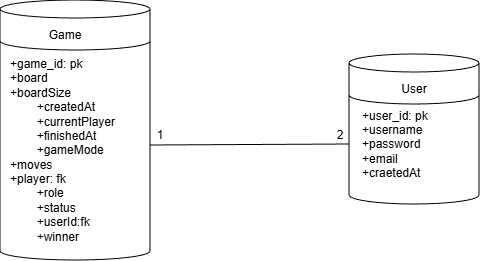
Earlier version of the draw.io export images/08_Diagrama_database.drawio.png (Arquisoft/yovi_es4d). Source tidied: cells renumbered, new cells last; positions are measured from the earlier drawing's top-left corner, leaving out a move shared by most shapes. Its diagram source:
```xml
<mxGraphModel>
  <root>
    <mxCell id="0" />
    <mxCell id="1" parent="0" />
    <mxCell id="2" style="shape=cylinder3;whiteSpace=wrap;html=1;boundedLbl=1;backgroundOutline=1;size=9;" parent="1" vertex="1">
      <mxGeometry x="349" y="84" width="130" height="120" as="geometry" />
    </mxCell>
    <mxCell id="3" style="shape=cylinder3;html=1;boundedLbl=1;backgroundOutline=1;size=9;" parent="1" vertex="1">
      <mxGeometry x="349" y="54" width="130" height="50" as="geometry" />
    </mxCell>
    <mxCell id="4" style="shape=cylinder3;whiteSpace=wrap;html=1;boundedLbl=1;backgroundOutline=1;size=9;" parent="1" vertex="1">
      <mxGeometry y="30" width="150" height="230" as="geometry" />
    </mxCell>
    <mxCell id="5" style="shape=cylinder3;html=1;boundedLbl=1;backgroundOutline=1;size=9;" parent="1" vertex="1">
      <mxGeometry width="150" height="50" as="geometry" />
    </mxCell>
    <mxCell id="6" value="Game" style="text;html=1;whiteSpace=wrap;strokeColor=none;fillColor=none;align=center;verticalAlign=middle;rounded=0;" parent="1" vertex="1">
      <mxGeometry x="35" y="20" width="60" height="30" as="geometry" />
    </mxCell>
    <mxCell id="7" value="User" style="text;html=1;whiteSpace=wrap;strokeColor=none;fillColor=none;align=center;verticalAlign=middle;rounded=0;" parent="1" vertex="1">
      <mxGeometry x="384" y="74" width="60" height="30" as="geometry" />
    </mxCell>
    <mxCell id="8" value="+user_id: pk&lt;div&gt;+username&lt;/div&gt;&lt;div&gt;+password&lt;/div&gt;&lt;div&gt;+email&lt;/div&gt;&lt;div&gt;+craetedAt&lt;/div&gt;" style="text;html=1;whiteSpace=wrap;strokeColor=none;fillColor=none;align=left;verticalAlign=middle;rounded=0;" parent="1" vertex="1">
      <mxGeometry x="360" y="104" width="100" height="80" as="geometry" />
    </mxCell>
    <mxCell id="9" value="+game_id: pk&lt;div&gt;+board&lt;/div&gt;&lt;div&gt;+boardSize&lt;/div&gt;&lt;div&gt;&lt;span style=&quot;white-space: pre;&quot;&gt;&#9;&lt;/span&gt;+createdAt&lt;/div&gt;&lt;div&gt;&lt;span style=&quot;white-space: pre;&quot;&gt;&#9;&lt;/span&gt;+currentPlayer&lt;/div&gt;&lt;div&gt;&lt;span style=&quot;white-space: pre;&quot;&gt;&#9;&lt;/span&gt;+finishedAt&lt;br&gt;&lt;/div&gt;&lt;div&gt;&lt;span style=&quot;white-space: pre;&quot;&gt;&#9;&lt;/span&gt;+gameMode&lt;/div&gt;&lt;div&gt;&lt;div&gt;+moves&lt;/div&gt;&lt;div&gt;+player: fk&lt;/div&gt;&lt;/div&gt;&lt;div&gt;&lt;span style=&quot;white-space: pre;&quot;&gt;&#9;&lt;/span&gt;+role&lt;br&gt;&lt;/div&gt;&lt;div&gt;&lt;span style=&quot;white-space: pre;&quot;&gt;&#9;&lt;/span&gt;+status&lt;br&gt;&lt;/div&gt;&lt;div&gt;&lt;span style=&quot;white-space: pre;&quot;&gt;&#9;&lt;/span&gt;+userId:fk&lt;br&gt;&lt;/div&gt;&lt;div&gt;&lt;span style=&quot;white-space: pre;&quot;&gt;&#9;&lt;/span&gt;+winner&lt;br&gt;&lt;/div&gt;" style="text;html=1;whiteSpace=wrap;strokeColor=none;fillColor=none;align=left;verticalAlign=middle;rounded=0;" parent="1" vertex="1">
      <mxGeometry x="7.5" y="60" width="122.5" height="180" as="geometry" />
    </mxCell>
    <mxCell id="10" style="endArrow=none;html=1;rounded=0;exitX=1;exitY=0.5;exitDx=0;exitDy=0;exitPerimeter=0;entryX=0;entryY=0.5;entryDx=0;entryDy=0;entryPerimeter=0;" parent="1" edge="1" source="4" target="2">
      <mxGeometry relative="1" as="geometry" />
    </mxCell>
    <mxCell id="11" value="1" style="text;html=1;whiteSpace=wrap;strokeColor=none;fillColor=none;align=center;verticalAlign=middle;rounded=0;" parent="1" vertex="1">
      <mxGeometry x="130" y="120" width="60" height="30" as="geometry" />
    </mxCell>
    <mxCell id="12" value="2" style="text;html=1;whiteSpace=wrap;strokeColor=none;fillColor=none;align=center;verticalAlign=middle;rounded=0;" parent="1" vertex="1">
      <mxGeometry x="310" y="120" width="60" height="30" as="geometry" />
    </mxCell>
  </root>
</mxGraphModel>
```
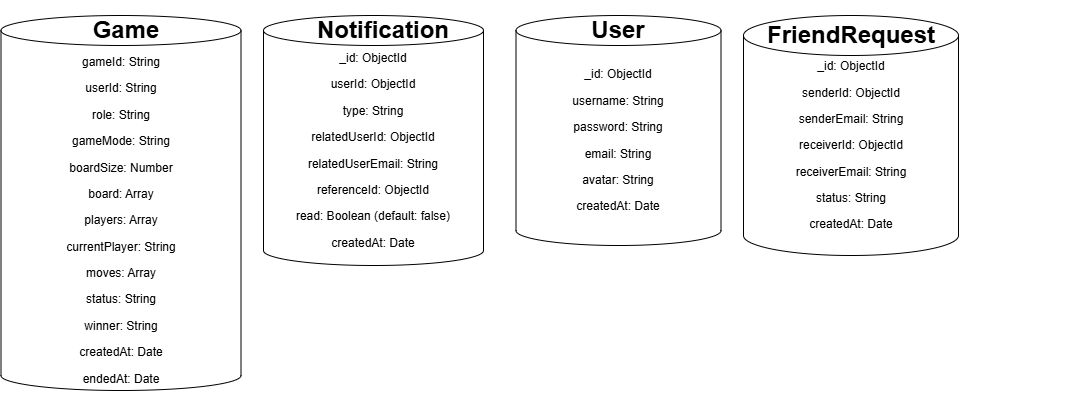
After the change.

Diff of the diagram source:
```diff
@@ -2,38 +2,41 @@
   <root>
     <mxCell id="0" />
     <mxCell id="1" parent="0" />
-    <mxCell id="2" style="shape=cylinder3;whiteSpace=wrap;html=1;boundedLbl=1;backgroundOutline=1;size=9;" parent="1" vertex="1">
-      <mxGeometry x="349" y="84" width="130" height="120" as="geometry" />
-    </mxCell>
-    <mxCell id="3" style="shape=cylinder3;html=1;boundedLbl=1;backgroundOutline=1;size=9;" parent="1" vertex="1">
-      <mxGeometry x="349" y="54" width="130" height="50" as="geometry" />
-    </mxCell>
-    <mxCell id="4" style="shape=cylinder3;whiteSpace=wrap;html=1;boundedLbl=1;backgroundOutline=1;size=9;" parent="1" vertex="1">
-      <mxGeometry y="30" width="150" height="230" as="geometry" />
-    </mxCell>
-    <mxCell id="5" style="shape=cylinder3;html=1;boundedLbl=1;backgroundOutline=1;size=9;" parent="1" vertex="1">
-      <mxGeometry width="150" height="50" as="geometry" />
-    </mxCell>
+    <mxCell id="13" style="shape=cylinder3;whiteSpace=wrap;html=1;boundedLbl=1;backgroundOutline=1;size=15;" parent="1" vertex="1">
+      <mxGeometry x="467.5" y="490" width="205" height="230" as="geometry" />
+    </mxCell>
+    <mxCell id="14" value="&lt;p&gt;_id: ObjectId &lt;/p&gt;&lt;p&gt;username: String &lt;/p&gt;&lt;p&gt;password: String&lt;/p&gt;&lt;p&gt;email: String &lt;/p&gt;&lt;p&gt;avatar: String &lt;/p&gt;&lt;p&gt;createdAt: Date&lt;/p&gt;" style="text;html=1;whiteSpace=wrap;strokeColor=none;fillColor=none;align=center;verticalAlign=middle;rounded=0;" parent="1" vertex="1">
+      <mxGeometry x="460" y="565" width="220" height="100" as="geometry" />
+    </mxCell>
+    <mxCell id="7" value="&lt;h1&gt;User&lt;/h1&gt;" style="text;html=1;whiteSpace=wrap;strokeColor=none;fillColor=none;align=center;verticalAlign=middle;rounded=0;" parent="1" vertex="1">
+      <mxGeometry x="540" y="490" width="60" height="30" as="geometry" />
+    </mxCell>
+    <mxCell id="15" style="shape=cylinder3;whiteSpace=wrap;html=1;boundedLbl=1;backgroundOutline=1;size=15;" parent="1" vertex="1">
+      <mxGeometry x="215" y="490" width="220" height="250" as="geometry" />
+    </mxCell>
+    <mxCell id="16" value="&lt;p&gt;_id: ObjectId&lt;/p&gt;&lt;p&gt;userId: ObjectId &lt;/p&gt;&lt;p&gt;type: String &lt;/p&gt;&lt;p&gt;relatedUserId: ObjectId &lt;/p&gt;&lt;p&gt;relatedUserEmail: String&lt;/p&gt;&lt;p&gt;referenceId: ObjectId &lt;/p&gt;&lt;p&gt;read: Boolean (default: false)&lt;/p&gt;&lt;p&gt;createdAt: Date&lt;/p&gt;" style="text;html=1;whiteSpace=wrap;strokeColor=none;fillColor=none;align=center;verticalAlign=middle;rounded=0;" parent="1" vertex="1">
+      <mxGeometry x="150" y="600" width="350" height="50" as="geometry" />
+    </mxCell>
+    <mxCell id="17" value="&lt;h1&gt;Notification&lt;/h1&gt;" style="text;html=1;whiteSpace=wrap;strokeColor=none;fillColor=none;align=center;verticalAlign=middle;rounded=0;" parent="1" vertex="1">
+      <mxGeometry x="305" y="490" width="60" height="30" as="geometry" />
+    </mxCell>
+    <mxCell id="18" style="shape=cylinder3;whiteSpace=wrap;html=1;boundedLbl=1;backgroundOutline=1;size=20.000000000000057;" parent="1" vertex="1">
+      <mxGeometry x="695" y="490" width="215" height="240" as="geometry" />
+    </mxCell>
+    <mxCell id="19" value="&lt;p&gt;_id: ObjectId&lt;/p&gt;&lt;p&gt;senderId: ObjectId &lt;/p&gt;&lt;p&gt;senderEmail: String&lt;/p&gt;&lt;p&gt;receiverId: ObjectId&lt;/p&gt;&lt;p&gt;receiverEmail: String&lt;/p&gt;&lt;p&gt;status: String &lt;/p&gt;&lt;p&gt;createdAt: Date&lt;/p&gt;" style="text;html=1;whiteSpace=wrap;strokeColor=none;fillColor=none;align=center;verticalAlign=middle;rounded=0;" parent="1" vertex="1">
+      <mxGeometry x="587.5" y="600" width="430" height="40" as="geometry" />
+    </mxCell>
+    <mxCell id="20" value="&lt;h1&gt;FriendRequest&lt;/h1&gt;" style="text;html=1;whiteSpace=wrap;strokeColor=none;fillColor=none;align=center;verticalAlign=middle;rounded=0;" parent="1" vertex="1">
+      <mxGeometry x="772.5" y="495" width="60" height="30" as="geometry" />
+    </mxCell>
+    <mxCell id="21" style="shape=cylinder3;whiteSpace=wrap;html=1;boundedLbl=1;backgroundOutline=1;size=15;" parent="1" vertex="1">
+      <mxGeometry x="-47.5" y="490" width="240" height="375" as="geometry" />
+    </mxCell>
+    <mxCell id="22" value="&lt;p&gt;gameId: String &lt;/p&gt;&lt;p&gt;userId: String &lt;/p&gt;&lt;p&gt;role: String&lt;/p&gt;&lt;p&gt;gameMode: String &lt;/p&gt;&lt;p&gt;boardSize: Number&lt;/p&gt;&lt;p&gt;board: Array&lt;/p&gt;&lt;p&gt;players: Array&lt;/p&gt;&lt;p&gt;currentPlayer: String&lt;/p&gt;&lt;p&gt;moves: Array&lt;/p&gt;&lt;p&gt;status: String&lt;/p&gt;&lt;p&gt;winner: String&lt;/p&gt;&lt;p&gt;createdAt: Date&lt;/p&gt;&lt;p&gt;endedAt: Date&lt;/p&gt;" style="text;html=1;whiteSpace=wrap;strokeColor=none;fillColor=none;align=center;verticalAlign=middle;rounded=0;" parent="1" vertex="1">
+      <mxGeometry x="-7.5" y="690" width="160" height="10" as="geometry" />
+    </mxCell>
-    <mxCell id="6" value="Game" style="text;html=1;whiteSpace=wrap;strokeColor=none;fillColor=none;align=center;verticalAlign=middle;rounded=0;" parent="1" vertex="1">
-      <mxGeometry x="35" y="20" width="60" height="30" as="geometry" />
+    <mxCell id="6" value="&lt;h1&gt;Game&lt;/h1&gt;" style="text;html=1;whiteSpace=wrap;strokeColor=none;fillColor=none;align=center;verticalAlign=middle;rounded=0;" parent="1" vertex="1">
+      <mxGeometry x="47.5" y="490" width="60" height="30" as="geometry" />
     </mxCell>
-    <mxCell id="7" value="User" style="text;html=1;whiteSpace=wrap;strokeColor=none;fillColor=none;align=center;verticalAlign=middle;rounded=0;" parent="1" vertex="1">
-      <mxGeometry x="384" y="74" width="60" height="30" as="geometry" />
-    </mxCell>
-    <mxCell id="8" value="+user_id: pk&lt;div&gt;+username&lt;/div&gt;&lt;div&gt;+password&lt;/div&gt;&lt;div&gt;+email&lt;/div&gt;&lt;div&gt;+craetedAt&lt;/div&gt;" style="text;html=1;whiteSpace=wrap;strokeColor=none;fillColor=none;align=left;verticalAlign=middle;rounded=0;" parent="1" vertex="1">
-      <mxGeometry x="360" y="104" width="100" height="80" as="geometry" />
-    </mxCell>
-    <mxCell id="9" value="+game_id: pk&lt;div&gt;+board&lt;/div&gt;&lt;div&gt;+boardSize&lt;/div&gt;&lt;div&gt;&lt;span style=&quot;white-space: pre;&quot;&gt;&#9;&lt;/span&gt;+createdAt&lt;/div&gt;&lt;div&gt;&lt;span style=&quot;white-space: pre;&quot;&gt;&#9;&lt;/span&gt;+currentPlayer&lt;/div&gt;&lt;div&gt;&lt;span style=&quot;white-space: pre;&quot;&gt;&#9;&lt;/span&gt;+finishedAt&lt;br&gt;&lt;/div&gt;&lt;div&gt;&lt;span style=&quot;white-space: pre;&quot;&gt;&#9;&lt;/span&gt;+gameMode&lt;/div&gt;&lt;div&gt;&lt;div&gt;+moves&lt;/div&gt;&lt;div&gt;+player: fk&lt;/div&gt;&lt;/div&gt;&lt;div&gt;&lt;span style=&quot;white-space: pre;&quot;&gt;&#9;&lt;/span&gt;+role&lt;br&gt;&lt;/div&gt;&lt;div&gt;&lt;span style=&quot;white-space: pre;&quot;&gt;&#9;&lt;/span&gt;+status&lt;br&gt;&lt;/div&gt;&lt;div&gt;&lt;span style=&quot;white-space: pre;&quot;&gt;&#9;&lt;/span&gt;+userId:fk&lt;br&gt;&lt;/div&gt;&lt;div&gt;&lt;span style=&quot;white-space: pre;&quot;&gt;&#9;&lt;/span&gt;+winner&lt;br&gt;&lt;/div&gt;" style="text;html=1;whiteSpace=wrap;strokeColor=none;fillColor=none;align=left;verticalAlign=middle;rounded=0;" parent="1" vertex="1">
-      <mxGeometry x="7.5" y="60" width="122.5" height="180" as="geometry" />
-    </mxCell>
-    <mxCell id="10" style="endArrow=none;html=1;rounded=0;exitX=1;exitY=0.5;exitDx=0;exitDy=0;exitPerimeter=0;entryX=0;entryY=0.5;entryDx=0;entryDy=0;entryPerimeter=0;" parent="1" edge="1" source="4" target="2">
-      <mxGeometry relative="1" as="geometry" />
-    </mxCell>
-    <mxCell id="11" value="1" style="text;html=1;whiteSpace=wrap;strokeColor=none;fillColor=none;align=center;verticalAlign=middle;rounded=0;" parent="1" vertex="1">
-      <mxGeometry x="130" y="120" width="60" height="30" as="geometry" />
-    </mxCell>
-    <mxCell id="12" value="2" style="text;html=1;whiteSpace=wrap;strokeColor=none;fillColor=none;align=center;verticalAlign=middle;rounded=0;" parent="1" vertex="1">
-      <mxGeometry x="310" y="120" width="60" height="30" as="geometry" />
-    </mxCell>
   </root>
 </mxGraphModel>
```
